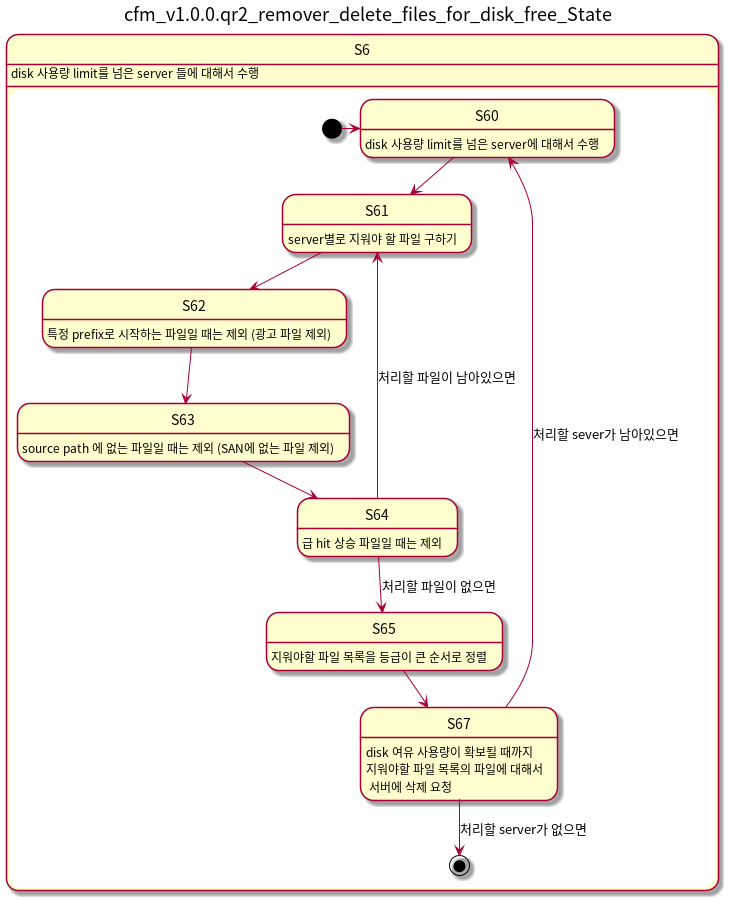
Before: doc/cfm_v1.0.0.qr2_remover_delete_files_for_disk_free_State.png, a diagram exported from PlantUML (castisdev/cfm). The source it was exported from:
```plantuml
@startuml
title cfm_v1.0.0.qr2_remover_delete_files_for_disk_free_State
hide empty description
state S6 {
S6 : disk 사용량 limit를 넘은 server 들에 대해서 수행
[*] -> S60
S60 : disk 사용량 limit를 넘은 server에 대해서 수행
S60 --> S61
S61 : server별로 지워야 할 파일 구하기
S61 --> S62
S62 : 특정 prefix로 시작하는 파일일 때는 제외 (광고 파일 제외)
S62 --> S63
S63 : source path 에 없는 파일일 때는 제외 (SAN에 없는 파일 제외)
S63 --> S64
S64 : 급 hit 상승 파일일 때는 제외
S64 --> S61 : 처리할 파일이 남아있으면
S64 --> S65 : 처리할 파일이 없으면
S65 : 지워야할 파일 목록을 등급이 큰 순서로 정렬
S65 --> S67
S67 : disk 여유 사용량이 확보될 때까지\n지워야할 파일 목록의 파일에 대해서\n 서버에 삭제 요청
S67 --> S60 : 처리할 sever가 남아있으면
S67 --> [*] : 처리할 server가 없으면
}
@enduml
```
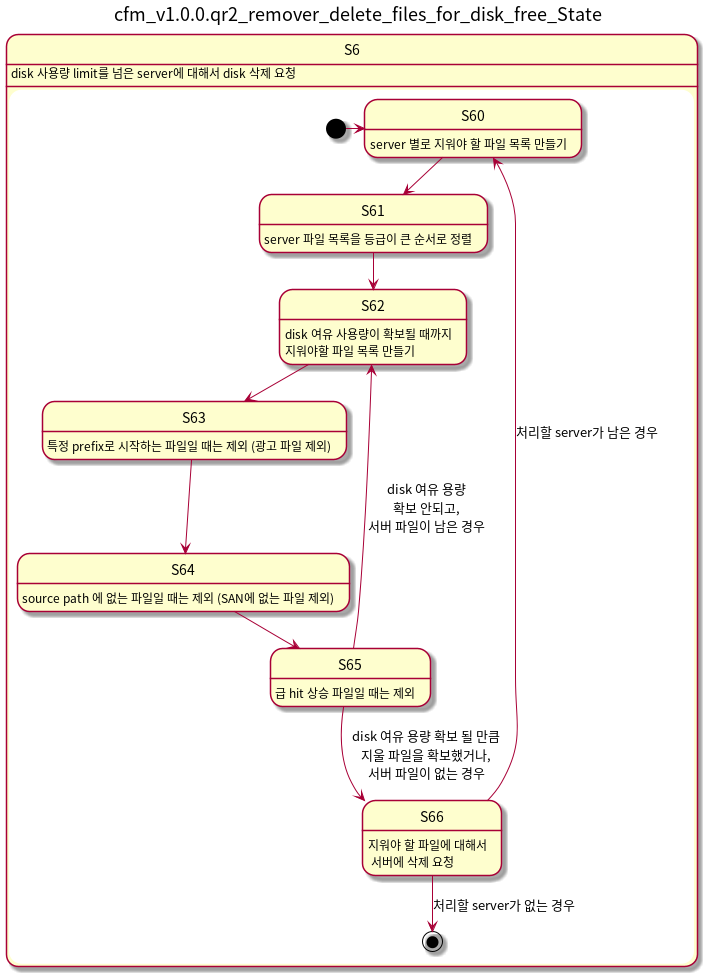
Above is the later version.

Diff of the diagram source:
```diff
@@ -2,23 +2,25 @@
 title cfm_v1.0.0.qr2_remover_delete_files_for_disk_free_State
 hide empty description
 state S6 {
-S6 : disk 사용량 limit를 넘은 server 들에 대해서 수행
+S6 : disk 사용량 limit를 넘은 server에 대해서 disk 삭제 요청
+
+S60 : server 별로 지워야 할 파일 목록 만들기
+S61 : server 파일 목록을 등급이 큰 순서로 정렬
+S62 : disk 여유 사용량이 확보될 때까지\n지워야할 파일 목록 만들기
+S63: 특정 prefix로 시작하는 파일일 때는 제외 (광고 파일 제외)
+S64 : source path 에 없는 파일일 때는 제외 (SAN에 없는 파일 제외)
+S65 : 급 hit 상승 파일일 때는 제외
+S66 : 지워야 할 파일에 대해서\n 서버에 삭제 요청
+
 [*] -> S60
-S60 : disk 사용량 limit를 넘은 server에 대해서 수행
 S60 --> S61
-S61 : server별로 지워야 할 파일 구하기
 S61 --> S62
-S62 : 특정 prefix로 시작하는 파일일 때는 제외 (광고 파일 제외)
 S62 --> S63
-S63 : source path 에 없는 파일일 때는 제외 (SAN에 없는 파일 제외)
 S63 --> S64
-S64 : 급 hit 상승 파일일 때는 제외
-S64 --> S61 : 처리할 파일이 남아있으면
-S64 --> S65 : 처리할 파일이 없으면
-S65 : 지워야할 파일 목록을 등급이 큰 순서로 정렬
-S65 --> S67
-S67 : disk 여유 사용량이 확보될 때까지\n지워야할 파일 목록의 파일에 대해서\n 서버에 삭제 요청
-S67 --> S60 : 처리할 sever가 남아있으면
-S67 --> [*] : 처리할 server가 없으면
+S64 --> S65
+S65 --> S66 : disk 여유 용량 확보 될 만큼\n지울 파일을 확보했거나,\n서버 파일이 없는 경우
+S65 --> S62 : disk 여유 용량\n확보 안되고,\n서버 파일이 남은 경우
+S66 --> S60 : 처리할 server가 남은 경우
+S66 --> [*] : 처리할 server가 없는 경우
 }
 @enduml
```
